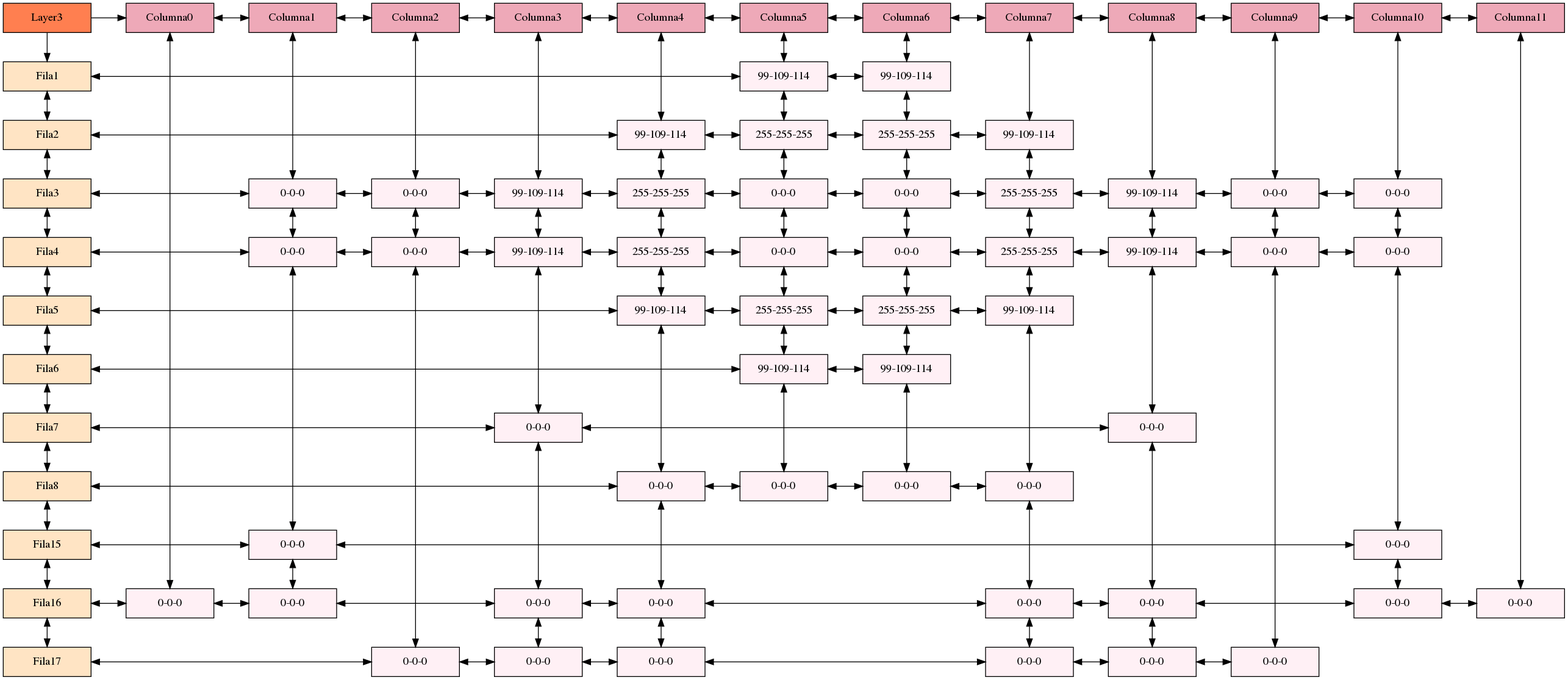
Earlier version of the Graphviz export Reports/minion/Matrix_minionLayer3.png (JPineda12/EDD_2S2019_PY1_201404405). Its source is kept beside it as Reports/minion/Matrix_minionLayer3.dot.
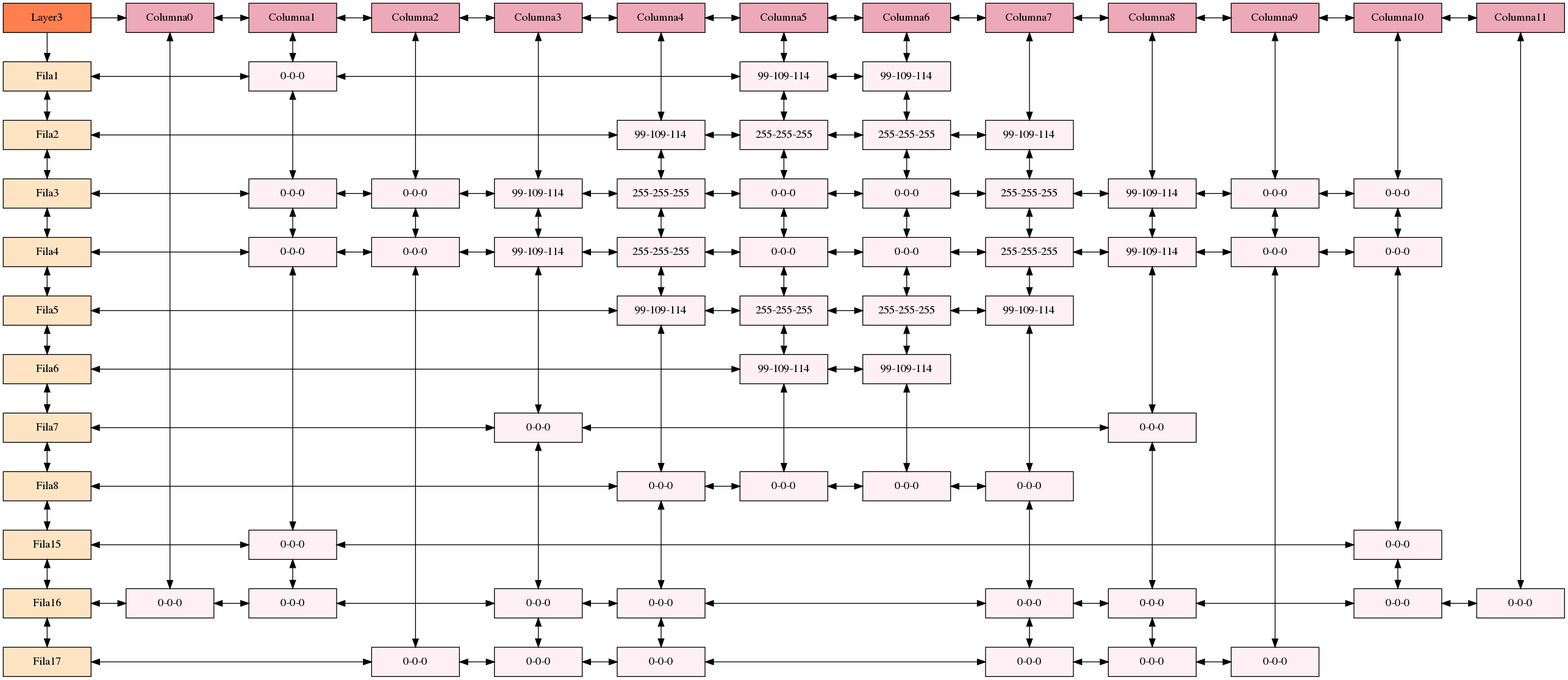
The same file after the commit.

Change to the diagram source:
```diff
@@ -57,6 +57,7 @@
 Layer3->Column0;
 Layer3->Fila1;
 
+N1_F1 [label = "0-0-0" width = 1.5 group = 2 style = filled, fillcolor = lavenderblush1];
 N5_F1 [label = "99-109-114" width = 1.5 group = 6 style = filled, fillcolor = lavenderblush1];
 N6_F1 [label = "99-109-114" width = 1.5 group = 7 style = filled, fillcolor = lavenderblush1];
 
@@ -123,11 +124,13 @@
 N9_F17 [label = "0-0-0" width = 1.5 group = 10 style = filled, fillcolor = lavenderblush1];
 
 
+Column1->N1_F1 [dir = both];
+Fila1->N1_F1 [dir = both];
+N1_F1->N5_F1 [dir = both];
 Column5->N5_F1 [dir = both];
-Fila1->N5_F1 [dir = both];
 N5_F1->N6_F1 [dir = both];
 Column6->N6_F1 [dir = both];
-{rank = same; Fila1; N5_F1; N6_F1;  };
+{rank = same; Fila1; N1_F1; N5_F1; N6_F1;  };
 
 Column4->N4_F2 [dir = both];
 Fila2->N4_F2 [dir = both];
@@ -139,7 +142,7 @@
 Column7->N7_F2 [dir = both];
 {rank = same; Fila2; N4_F2; N5_F2; N6_F2; N7_F2;  };
 
-Column1->N1_F3 [dir = both];
+N1_F3->N1_F1 [dir = both];
 Fila3->N1_F3 [dir = both];
 N1_F3->N2_F3 [dir = both];
 Column2->N2_F3 [dir = both];
```
